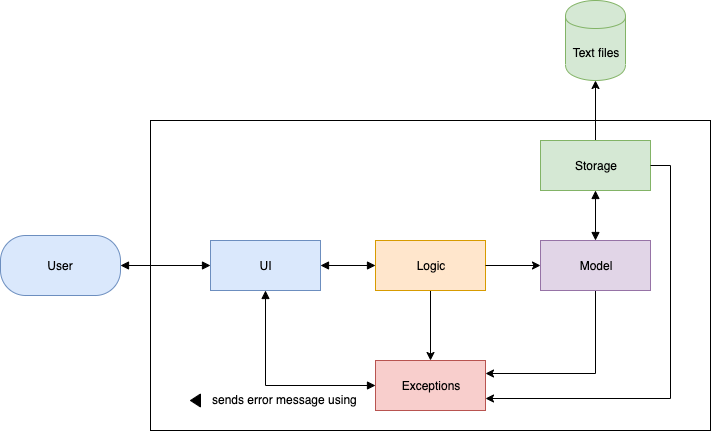
Before: docs/images/DeveloperGuide/ArchitectureDiagram.png, a diagram exported from draw.io (nusCS2113-AY1920S1/PersonalAssistant-Duke). Source tidied: cells renumbered, new cells last; positions are measured from the earlier drawing's top-left corner, leaving out a move shared by most shapes. The source it was exported from:
```xml
<mxGraphModel background="#FFFFFF">
  <root>
    <mxCell id="0" />
    <mxCell id="1" parent="0" />
    <mxCell id="2" style="rounded=0;whiteSpace=wrap;html=1;gradientColor=none;fillColor=none;" parent="1" vertex="1">
      <mxGeometry x="150" y="120" width="560" height="310" as="geometry" />
    </mxCell>
    <mxCell id="3" value="UI&lt;span style=&quot;font-family: &amp;#34;helvetica&amp;#34; , &amp;#34;arial&amp;#34; , sans-serif ; font-size: 0px ; white-space: nowrap&quot;&gt;%3CmxGraphModel%3E%3Croot%3E%3CmxCell%20id%3D%220%22%2F%3E%3CmxCell%20id%3D%221%22%20parent%3D%220%22%2F%3E%3CmxCell%20id%3D%222%22%20value%3D%22Logic%22%20style%3D%22rounded%3D0%3BwhiteSpace%3Dwrap%3Bhtml%3D1%3BfillColor%3D%23ffe6cc%3BstrokeColor%3D%23d79b00%3B%22%20vertex%3D%221%22%20parent%3D%221%22%3E%3CmxGeometry%20x%3D%22150%22%20y%3D%22170%22%20width%3D%22110%22%20height%3D%2250%22%20as%3D%22geometry%22%2F%3E%3C%2FmxCell%3E%3C%2Froot%3E%3C%2FmxGraphModel%3E&lt;/span&gt;" style="rounded=0;whiteSpace=wrap;html=1;fillColor=#dae8fc;strokeColor=#6c8ebf;" parent="1" vertex="1">
      <mxGeometry x="210" y="240" width="110" height="50" as="geometry" />
    </mxCell>
    <mxCell id="4" style="edgeStyle=orthogonalEdgeStyle;rounded=0;jettySize=auto;html=1;exitX=0.5;exitY=0;exitDx=0;exitDy=0;entryX=0.5;entryY=1;entryDx=0;entryDy=0;" parent="1" edge="1" source="6" target="9">
      <mxGeometry relative="1" as="geometry" />
    </mxCell>
    <mxCell id="5" style="edgeStyle=orthogonalEdgeStyle;rounded=0;jettySize=auto;html=1;exitX=0.5;exitY=1;exitDx=0;exitDy=0;entryX=0.5;entryY=0;entryDx=0;entryDy=0;" parent="1" edge="1" source="17" target="8">
      <mxGeometry relative="1" as="geometry" />
    </mxCell>
    <mxCell id="6" value="Storage" style="rounded=0;whiteSpace=wrap;html=1;fillColor=#d5e8d4;strokeColor=#82b366;" parent="1" vertex="1">
      <mxGeometry x="540" y="140" width="110" height="50" as="geometry" />
    </mxCell>
    <mxCell id="7" style="edgeStyle=orthogonalEdgeStyle;rounded=0;jettySize=auto;html=1;exitX=0.5;exitY=1;exitDx=0;exitDy=0;entryX=1;entryY=0.25;entryDx=0;entryDy=0;" parent="1" edge="1" source="16" target="8">
      <mxGeometry relative="1" as="geometry" />
    </mxCell>
    <mxCell id="8" value="Exceptions" style="rounded=0;whiteSpace=wrap;html=1;fillColor=#f8cecc;strokeColor=#b85450;" parent="1" vertex="1">
      <mxGeometry x="375" y="360" width="110" height="50" as="geometry" />
    </mxCell>
    <mxCell id="9" value="Text files" style="shape=cylinder;whiteSpace=wrap;html=1;boundedLbl=1;backgroundOutline=1;fillColor=#d5e8d4;strokeColor=#82b366;" parent="1" vertex="1">
      <mxGeometry x="565" width="60" height="80" as="geometry" />
    </mxCell>
    <mxCell id="10" value="User" style="rounded=1;whiteSpace=wrap;html=1;fillColor=#dae8fc;strokeColor=#6c8ebf;arcSize=42;" parent="1" vertex="1">
      <mxGeometry y="235" width="120" height="60" as="geometry" />
    </mxCell>
    <mxCell id="11" style="group;" parent="1" vertex="1">
      <mxGeometry x="190" y="390" width="180" height="20" as="geometry" />
    </mxCell>
    <mxCell id="12" style="triangle;whiteSpace=wrap;html=1;rotation=-180;fillColor=#000000;" parent="11" vertex="1">
      <mxGeometry y="3.5" width="10" height="13" as="geometry" />
    </mxCell>
    <mxCell id="13" value="sends error message using" style="text;html=1;align=left;verticalAlign=top;spacingTop=-4;" parent="11" vertex="1">
      <mxGeometry x="20" width="160" height="20" as="geometry" />
    </mxCell>
    <mxCell id="14" style="endArrow=block;startArrow=block;endFill=1;startFill=1;html=1;entryX=1;entryY=0.5;entryDx=0;entryDy=0;exitX=0;exitY=0.5;exitDx=0;exitDy=0;" parent="1" edge="1" source="3" target="10">
      <mxGeometry relative="1" as="geometry" />
    </mxCell>
    <mxCell id="15" style="endArrow=block;startArrow=block;endFill=1;startFill=1;html=1;entryX=0;entryY=0.5;entryDx=0;entryDy=0;exitX=1;exitY=0.5;exitDx=0;exitDy=0;edgeStyle=orthogonalEdgeStyle;rounded=0;shadow=0;comic=0;" parent="1" edge="1" source="3" target="17">
      <mxGeometry relative="1" as="geometry" />
    </mxCell>
    <mxCell id="16" value="Model" style="rounded=0;whiteSpace=wrap;html=1;fillColor=#e1d5e7;strokeColor=#9673a6;" parent="1" vertex="1">
      <mxGeometry x="540" y="240" width="110" height="50" as="geometry" />
    </mxCell>
    <mxCell id="17" value="Logic" style="rounded=0;whiteSpace=wrap;html=1;fillColor=#ffe6cc;strokeColor=#d79b00;" parent="1" vertex="1">
      <mxGeometry x="375" y="240" width="110" height="50" as="geometry" />
    </mxCell>
    <mxCell id="18" style="endArrow=block;startArrow=block;endFill=1;startFill=1;html=1;entryX=0;entryY=0.5;entryDx=0;entryDy=0;exitX=0.5;exitY=1;exitDx=0;exitDy=0;edgeStyle=orthogonalEdgeStyle;rounded=0;shadow=0;comic=0;" parent="1" edge="1" source="3" target="8">
      <mxGeometry relative="1" as="geometry" />
    </mxCell>
    <mxCell id="19" style="edgeStyle=orthogonalEdgeStyle;rounded=0;jettySize=auto;html=1;exitX=1;exitY=0.5;exitDx=0;exitDy=0;entryX=1;entryY=0.75;entryDx=0;entryDy=0;" parent="1" edge="1" source="6" target="8">
      <mxGeometry relative="1" as="geometry" />
    </mxCell>
    <mxCell id="20" style="endArrow=block;startArrow=block;endFill=1;startFill=1;html=1;entryX=0.5;entryY=0;entryDx=0;entryDy=0;exitX=0.5;exitY=1;exitDx=0;exitDy=0;edgeStyle=orthogonalEdgeStyle;rounded=0;shadow=0;comic=0;" parent="1" edge="1" source="6" target="16">
      <mxGeometry relative="1" as="geometry" />
    </mxCell>
    <mxCell id="21" style="edgeStyle=orthogonalEdgeStyle;rounded=0;jettySize=auto;html=1;exitX=1;exitY=0.5;exitDx=0;exitDy=0;entryX=0;entryY=0.5;entryDx=0;entryDy=0;" parent="1" edge="1" source="17" target="16">
      <mxGeometry relative="1" as="geometry" />
    </mxCell>
  </root>
</mxGraphModel>
```
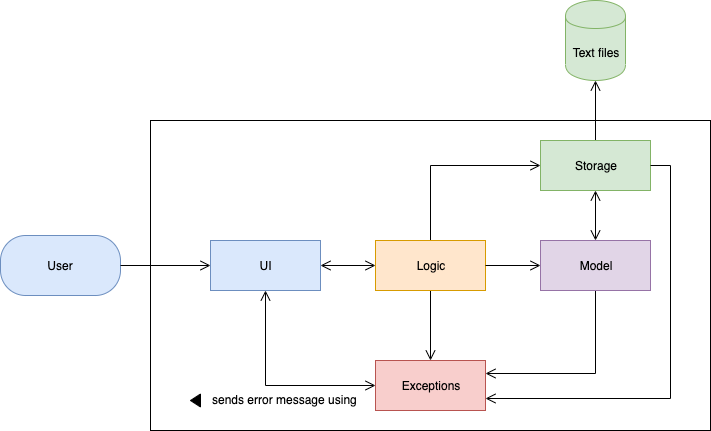
After the commit.

Diff of the diagram source:
```diff
@@ -8,16 +8,16 @@
     <mxCell id="3" value="UI&lt;span style=&quot;font-family: &amp;#34;helvetica&amp;#34; , &amp;#34;arial&amp;#34; , sans-serif ; font-size: 0px ; white-space: nowrap&quot;&gt;%3CmxGraphModel%3E%3Croot%3E%3CmxCell%20id%3D%220%22%2F%3E%3CmxCell%20id%3D%221%22%20parent%3D%220%22%2F%3E%3CmxCell%20id%3D%222%22%20value%3D%22Logic%22%20style%3D%22rounded%3D0%3BwhiteSpace%3Dwrap%3Bhtml%3D1%3BfillColor%3D%23ffe6cc%3BstrokeColor%3D%23d79b00%3B%22%20vertex%3D%221%22%20parent%3D%221%22%3E%3CmxGeometry%20x%3D%22150%22%20y%3D%22170%22%20width%3D%22110%22%20height%3D%2250%22%20as%3D%22geometry%22%2F%3E%3C%2FmxCell%3E%3C%2Froot%3E%3C%2FmxGraphModel%3E&lt;/span&gt;" style="rounded=0;whiteSpace=wrap;html=1;fillColor=#dae8fc;strokeColor=#6c8ebf;" parent="1" vertex="1">
       <mxGeometry x="210" y="240" width="110" height="50" as="geometry" />
     </mxCell>
-    <mxCell id="4" style="edgeStyle=orthogonalEdgeStyle;rounded=0;jettySize=auto;html=1;exitX=0.5;exitY=0;exitDx=0;exitDy=0;entryX=0.5;entryY=1;entryDx=0;entryDy=0;" parent="1" edge="1" source="6" target="9">
+    <mxCell id="4" style="edgeStyle=orthogonalEdgeStyle;rounded=0;jettySize=auto;html=1;exitX=0.5;exitY=0;exitDx=0;exitDy=0;entryX=0.5;entryY=1;entryDx=0;entryDy=0;endArrow=open;endFill=0;endSize=8;" parent="1" edge="1" source="6" target="9">
       <mxGeometry relative="1" as="geometry" />
     </mxCell>
-    <mxCell id="5" style="edgeStyle=orthogonalEdgeStyle;rounded=0;jettySize=auto;html=1;exitX=0.5;exitY=1;exitDx=0;exitDy=0;entryX=0.5;entryY=0;entryDx=0;entryDy=0;" parent="1" edge="1" source="17" target="8">
+    <mxCell id="5" style="edgeStyle=orthogonalEdgeStyle;rounded=0;jettySize=auto;html=1;exitX=0.5;exitY=1;exitDx=0;exitDy=0;entryX=0.5;entryY=0;entryDx=0;entryDy=0;endArrow=open;endFill=0;startSize=6;endSize=8;" parent="1" edge="1" source="17" target="8">
       <mxGeometry relative="1" as="geometry" />
     </mxCell>
     <mxCell id="6" value="Storage" style="rounded=0;whiteSpace=wrap;html=1;fillColor=#d5e8d4;strokeColor=#82b366;" parent="1" vertex="1">
       <mxGeometry x="540" y="140" width="110" height="50" as="geometry" />
     </mxCell>
-    <mxCell id="7" style="edgeStyle=orthogonalEdgeStyle;rounded=0;jettySize=auto;html=1;exitX=0.5;exitY=1;exitDx=0;exitDy=0;entryX=1;entryY=0.25;entryDx=0;entryDy=0;" parent="1" edge="1" source="16" target="8">
+    <mxCell id="7" style="edgeStyle=orthogonalEdgeStyle;rounded=0;jettySize=auto;html=1;exitX=0.5;exitY=1;exitDx=0;exitDy=0;entryX=1;entryY=0.25;entryDx=0;entryDy=0;endArrow=open;endFill=0;endSize=8;" parent="1" edge="1" source="16" target="8">
       <mxGeometry relative="1" as="geometry" />
     </mxCell>
     <mxCell id="8" value="Exceptions" style="rounded=0;whiteSpace=wrap;html=1;fillColor=#f8cecc;strokeColor=#b85450;" parent="1" vertex="1">
@@ -38,28 +38,31 @@
     <mxCell id="13" value="sends error message using" style="text;html=1;align=left;verticalAlign=top;spacingTop=-4;" parent="11" vertex="1">
       <mxGeometry x="20" width="160" height="20" as="geometry" />
     </mxCell>
-    <mxCell id="14" style="endArrow=block;startArrow=block;endFill=1;startFill=1;html=1;entryX=1;entryY=0.5;entryDx=0;entryDy=0;exitX=0;exitY=0.5;exitDx=0;exitDy=0;" parent="1" edge="1" source="3" target="10">
+    <mxCell id="14" style="endArrow=none;startArrow=open;endFill=0;startFill=0;html=1;entryX=1;entryY=0.5;entryDx=0;entryDy=0;exitX=0;exitY=0.5;exitDx=0;exitDy=0;endSize=6;startSize=8;" parent="1" edge="1" source="3" target="10">
       <mxGeometry relative="1" as="geometry" />
     </mxCell>
-    <mxCell id="15" style="endArrow=block;startArrow=block;endFill=1;startFill=1;html=1;entryX=0;entryY=0.5;entryDx=0;entryDy=0;exitX=1;exitY=0.5;exitDx=0;exitDy=0;edgeStyle=orthogonalEdgeStyle;rounded=0;shadow=0;comic=0;" parent="1" edge="1" source="3" target="17">
+    <mxCell id="15" style="endArrow=open;startArrow=open;endFill=0;startFill=0;html=1;entryX=0;entryY=0.5;entryDx=0;entryDy=0;exitX=1;exitY=0.5;exitDx=0;exitDy=0;edgeStyle=orthogonalEdgeStyle;rounded=0;shadow=0;comic=0;endSize=8;startSize=8;" parent="1" edge="1" source="3" target="17">
       <mxGeometry relative="1" as="geometry" />
     </mxCell>
     <mxCell id="16" value="Model" style="rounded=0;whiteSpace=wrap;html=1;fillColor=#e1d5e7;strokeColor=#9673a6;" parent="1" vertex="1">
       <mxGeometry x="540" y="240" width="110" height="50" as="geometry" />
     </mxCell>
+    <mxCell id="22" style="edgeStyle=orthogonalEdgeStyle;rounded=0;jettySize=auto;html=1;exitX=0.5;exitY=0;exitDx=0;exitDy=0;entryX=0;entryY=0.5;entryDx=0;entryDy=0;startArrow=none;startFill=0;startSize=6;endArrow=open;endFill=0;endSize=8;" parent="1" edge="1" source="17" target="6">
+      <mxGeometry relative="1" as="geometry" />
+    </mxCell>
     <mxCell id="17" value="Logic" style="rounded=0;whiteSpace=wrap;html=1;fillColor=#ffe6cc;strokeColor=#d79b00;" parent="1" vertex="1">
       <mxGeometry x="375" y="240" width="110" height="50" as="geometry" />
     </mxCell>
-    <mxCell id="18" style="endArrow=block;startArrow=block;endFill=1;startFill=1;html=1;entryX=0;entryY=0.5;entryDx=0;entryDy=0;exitX=0.5;exitY=1;exitDx=0;exitDy=0;edgeStyle=orthogonalEdgeStyle;rounded=0;shadow=0;comic=0;" parent="1" edge="1" source="3" target="8">
+    <mxCell id="18" style="endArrow=open;startArrow=open;endFill=0;startFill=0;html=1;entryX=0;entryY=0.5;entryDx=0;entryDy=0;exitX=0.5;exitY=1;exitDx=0;exitDy=0;edgeStyle=orthogonalEdgeStyle;rounded=0;shadow=0;comic=0;endSize=8;startSize=8;" parent="1" edge="1" source="3" target="8">
       <mxGeometry relative="1" as="geometry" />
     </mxCell>
-    <mxCell id="19" style="edgeStyle=orthogonalEdgeStyle;rounded=0;jettySize=auto;html=1;exitX=1;exitY=0.5;exitDx=0;exitDy=0;entryX=1;entryY=0.75;entryDx=0;entryDy=0;" parent="1" edge="1" source="6" target="8">
+    <mxCell id="19" style="edgeStyle=orthogonalEdgeStyle;rounded=0;jettySize=auto;html=1;exitX=1;exitY=0.5;exitDx=0;exitDy=0;entryX=1;entryY=0.75;entryDx=0;entryDy=0;endArrow=open;endFill=0;startSize=6;endSize=8;" parent="1" edge="1" source="6" target="8">
       <mxGeometry relative="1" as="geometry" />
     </mxCell>
-    <mxCell id="20" style="endArrow=block;startArrow=block;endFill=1;startFill=1;html=1;entryX=0.5;entryY=0;entryDx=0;entryDy=0;exitX=0.5;exitY=1;exitDx=0;exitDy=0;edgeStyle=orthogonalEdgeStyle;rounded=0;shadow=0;comic=0;" parent="1" edge="1" source="6" target="16">
+    <mxCell id="20" style="endArrow=open;startArrow=open;endFill=0;startFill=0;html=1;entryX=0.5;entryY=0;entryDx=0;entryDy=0;exitX=0.5;exitY=1;exitDx=0;exitDy=0;edgeStyle=orthogonalEdgeStyle;rounded=0;shadow=0;comic=0;endSize=8;startSize=8;" parent="1" edge="1" source="6" target="16">
       <mxGeometry relative="1" as="geometry" />
     </mxCell>
-    <mxCell id="21" style="edgeStyle=orthogonalEdgeStyle;rounded=0;jettySize=auto;html=1;exitX=1;exitY=0.5;exitDx=0;exitDy=0;entryX=0;entryY=0.5;entryDx=0;entryDy=0;" parent="1" edge="1" source="17" target="16">
+    <mxCell id="21" style="edgeStyle=orthogonalEdgeStyle;rounded=0;jettySize=auto;html=1;exitX=1;exitY=0.5;exitDx=0;exitDy=0;entryX=0;entryY=0.5;entryDx=0;entryDy=0;endArrow=open;endFill=0;startSize=6;endSize=8;" parent="1" edge="1" source="17" target="16">
       <mxGeometry relative="1" as="geometry" />
     </mxCell>
   </root>
```
